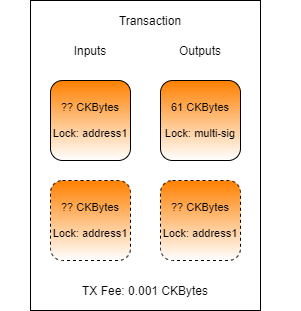
Before: .gitbook/assets/transaction-structure (3).png, a diagram exported from draw.io (jordanmack/developer-training-course-documentation). Source tidied: cells renumbered, new cells last; positions are measured from the earlier drawing's top-left corner, leaving out a move shared by most shapes. Source of this version:
```xml
<mxGraphModel>
  <root>
    <mxCell id="0" />
    <mxCell id="1" parent="0" />
    <mxCell id="2" style="rounded=0;whiteSpace=wrap;html=1;" parent="1" vertex="1">
      <mxGeometry x="30" width="230" height="310" as="geometry" />
    </mxCell>
    <mxCell id="3" value="Transaction" style="text;html=1;strokeColor=none;fillColor=none;align=center;verticalAlign=middle;whiteSpace=wrap;rounded=0;" parent="1" vertex="1">
      <mxGeometry y="10" width="300" height="20" as="geometry" />
    </mxCell>
    <mxCell id="4" value="Inputs" style="text;html=1;strokeColor=none;fillColor=none;align=center;verticalAlign=middle;whiteSpace=wrap;rounded=0;" parent="1" vertex="1">
      <mxGeometry x="55" y="40" width="70" height="20" as="geometry" />
    </mxCell>
    <mxCell id="5" value="Outputs" style="text;html=1;strokeColor=none;fillColor=none;align=center;verticalAlign=middle;whiteSpace=wrap;rounded=0;" parent="1" vertex="1">
      <mxGeometry x="165" y="40" width="70" height="20" as="geometry" />
    </mxCell>
    <mxCell id="6" value="TX Fee: 0.001 CKBytes" style="text;html=1;strokeColor=none;fillColor=none;align=center;verticalAlign=middle;whiteSpace=wrap;rounded=0;" parent="1" vertex="1">
      <mxGeometry x="45" y="280" width="200" height="20" as="geometry" />
    </mxCell>
    <mxCell id="7" value="61 CKBytes&lt;br&gt;&lt;br&gt;Lock: multi-sig" style="rounded=1;whiteSpace=wrap;html=1;fontSize=11;gradientColor=#ffffff;fillColor=#FF8000;" parent="1" vertex="1">
      <mxGeometry x="160" y="80" width="80" height="80" as="geometry" />
    </mxCell>
    <mxCell id="8" value="?? CKBytes&lt;br&gt;&lt;br&gt;Lock: address1" style="rounded=1;whiteSpace=wrap;html=1;fontSize=11;gradientColor=#ffffff;fillColor=#FF8000;" parent="1" vertex="1">
      <mxGeometry x="50" y="80" width="80" height="80" as="geometry" />
    </mxCell>
    <mxCell id="9" value="??&amp;nbsp;CKBytes&lt;br&gt;&lt;br&gt;Lock: address1" style="rounded=1;whiteSpace=wrap;html=1;fontSize=11;gradientColor=#ffffff;fillColor=#FF8000;dashed=1;" parent="1" vertex="1">
      <mxGeometry x="50" y="180" width="80" height="80" as="geometry" />
    </mxCell>
    <mxCell id="10" value="??&amp;nbsp;CKBytes&lt;br&gt;&lt;br&gt;Lock: address1" style="rounded=1;whiteSpace=wrap;html=1;fontSize=11;gradientColor=#ffffff;fillColor=#FF8000;dashed=1;" parent="1" vertex="1">
      <mxGeometry x="160" y="180" width="80" height="80" as="geometry" />
    </mxCell>
  </root>
</mxGraphModel>
```
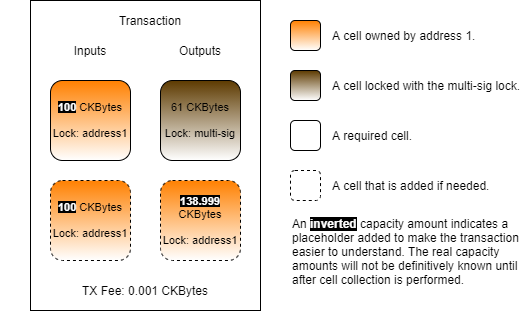
The same diagram one commit later.

Commit message:
GitBook: [master] no pages and one asset modified

Diff of the diagram source:
```diff
@@ -17,17 +17,44 @@
     <mxCell id="6" value="TX Fee: 0.001 CKBytes" style="text;html=1;strokeColor=none;fillColor=none;align=center;verticalAlign=middle;whiteSpace=wrap;rounded=0;" parent="1" vertex="1">
       <mxGeometry x="45" y="280" width="200" height="20" as="geometry" />
     </mxCell>
-    <mxCell id="7" value="61 CKBytes&lt;br&gt;&lt;br&gt;Lock: multi-sig" style="rounded=1;whiteSpace=wrap;html=1;fontSize=11;gradientColor=#ffffff;fillColor=#FF8000;" parent="1" vertex="1">
+    <mxCell id="7" value="61 CKBytes&lt;br&gt;&lt;br&gt;Lock: multi-sig" style="rounded=1;whiteSpace=wrap;html=1;fontSize=11;gradientColor=#ffffff;fillColor=#5D3A00;" parent="1" vertex="1">
       <mxGeometry x="160" y="80" width="80" height="80" as="geometry" />
     </mxCell>
-    <mxCell id="8" value="?? CKBytes&lt;br&gt;&lt;br&gt;Lock: address1" style="rounded=1;whiteSpace=wrap;html=1;fontSize=11;gradientColor=#ffffff;fillColor=#FF8000;" parent="1" vertex="1">
+    <mxCell id="8" value="&lt;font color=&quot;#ffffff&quot; style=&quot;background-color: rgb(0 , 0 , 0)&quot;&gt;&lt;b&gt;100&lt;/b&gt;&lt;/font&gt; CKBytes&lt;br&gt;&lt;br&gt;Lock: address1" style="rounded=1;whiteSpace=wrap;html=1;fontSize=11;gradientColor=#ffffff;fillColor=#FF8000;" parent="1" vertex="1">
       <mxGeometry x="50" y="80" width="80" height="80" as="geometry" />
     </mxCell>
-    <mxCell id="9" value="??&amp;nbsp;CKBytes&lt;br&gt;&lt;br&gt;Lock: address1" style="rounded=1;whiteSpace=wrap;html=1;fontSize=11;gradientColor=#ffffff;fillColor=#FF8000;dashed=1;" parent="1" vertex="1">
+    <mxCell id="9" value="&lt;font color=&quot;#ffffff&quot; style=&quot;background-color: rgb(0 , 0 , 0)&quot;&gt;&lt;b&gt;100&lt;/b&gt;&lt;/font&gt; CKBytes&lt;br&gt;&lt;br&gt;Lock: address1" style="rounded=1;whiteSpace=wrap;html=1;fontSize=11;gradientColor=#ffffff;fillColor=#FF8000;dashed=1;" parent="1" vertex="1">
       <mxGeometry x="50" y="180" width="80" height="80" as="geometry" />
     </mxCell>
-    <mxCell id="10" value="??&amp;nbsp;CKBytes&lt;br&gt;&lt;br&gt;Lock: address1" style="rounded=1;whiteSpace=wrap;html=1;fontSize=11;gradientColor=#ffffff;fillColor=#FF8000;dashed=1;" parent="1" vertex="1">
+    <mxCell id="10" value="&lt;b style=&quot;color: rgb(255 , 255 , 255) ; background-color: rgb(0 , 0 , 0)&quot;&gt;138.999&lt;br&gt;&lt;/b&gt;CKBytes&lt;br&gt;&lt;br&gt;Lock: address1" style="rounded=1;whiteSpace=wrap;html=1;fontSize=11;gradientColor=#ffffff;fillColor=#FF8000;dashed=1;" parent="1" vertex="1">
       <mxGeometry x="160" y="180" width="80" height="80" as="geometry" />
     </mxCell>
+    <mxCell id="11" style="rounded=1;whiteSpace=wrap;html=1;gradientColor=#ffffff;fillColor=#5D3A00;" parent="1" vertex="1">
+      <mxGeometry x="290" y="70" width="30" height="30" as="geometry" />
+    </mxCell>
+    <mxCell id="12" style="rounded=1;whiteSpace=wrap;html=1;gradientColor=#ffffff;fillColor=#FF8000;" parent="1" vertex="1">
+      <mxGeometry x="290" y="20" width="30" height="30" as="geometry" />
+    </mxCell>
+    <mxCell id="13" style="rounded=1;whiteSpace=wrap;html=1;gradientColor=#ffffff;fillColor=none;" parent="1" vertex="1">
+      <mxGeometry x="290" y="120" width="30" height="30" as="geometry" />
+    </mxCell>
+    <mxCell id="14" style="rounded=1;whiteSpace=wrap;html=1;gradientColor=#ffffff;fillColor=none;dashed=1;" parent="1" vertex="1">
+      <mxGeometry x="290" y="170" width="30" height="30" as="geometry" />
+    </mxCell>
+    <mxCell id="15" value="A cell owned by address 1." style="text;html=1;strokeColor=none;fillColor=none;align=left;verticalAlign=middle;whiteSpace=wrap;rounded=0;dashed=1;" parent="1" vertex="1">
+      <mxGeometry x="330" y="25" width="200" height="20" as="geometry" />
+    </mxCell>
+    <mxCell id="16" value="A cell locked with the multi-sig lock." style="text;html=1;strokeColor=none;fillColor=none;align=left;verticalAlign=middle;whiteSpace=wrap;rounded=0;dashed=1;" parent="1" vertex="1">
+      <mxGeometry x="330" y="75" width="200" height="20" as="geometry" />
+    </mxCell>
+    <mxCell id="17" value="A required cell." style="text;html=1;strokeColor=none;fillColor=none;align=left;verticalAlign=middle;whiteSpace=wrap;rounded=0;dashed=1;" parent="1" vertex="1">
+      <mxGeometry x="330" y="125" width="200" height="20" as="geometry" />
+    </mxCell>
+    <mxCell id="18" value="A cell that is added if needed." style="text;html=1;strokeColor=none;fillColor=none;align=left;verticalAlign=middle;whiteSpace=wrap;rounded=0;dashed=1;" parent="1" vertex="1">
+      <mxGeometry x="330" y="175" width="200" height="20" as="geometry" />
+    </mxCell>
+    <mxCell id="19" value="An&amp;nbsp;&lt;b&gt;&lt;font color=&quot;#ffffff&quot; style=&quot;background-color: rgb(0 , 0 , 0)&quot;&gt;inverted&lt;/font&gt;&lt;font color=&quot;#7f00ff&quot;&gt;&amp;nbsp;&lt;/font&gt;&lt;/b&gt;capacity amount indicates a placeholder added to make the transaction easier to understand. The real capacity amounts will not be definitively known until after cell collection is performed." style="text;html=1;strokeColor=none;fillColor=none;align=left;verticalAlign=top;whiteSpace=wrap;rounded=0;dashed=1;" parent="1" vertex="1">
+      <mxGeometry x="290" y="210" width="240" height="80" as="geometry" />
+    </mxCell>
   </root>
 </mxGraphModel>
```
